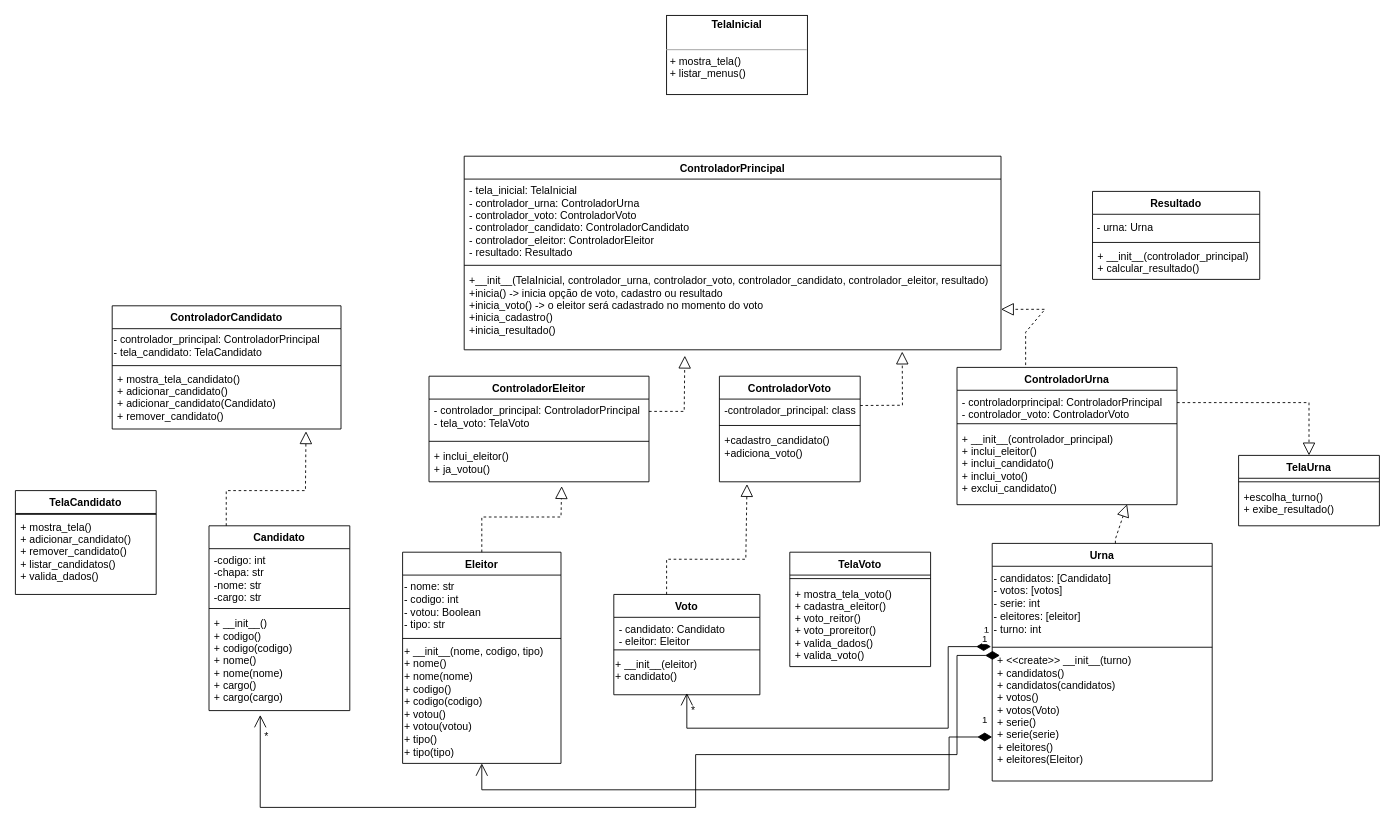
This is projeto_urna.drawio from Alien-Love/T1_INE5605, a draw.io file, before an edit. Source tidied: cells renumbered, new cells numbered last; positions are measured from the earlier drawing's top-left corner, leaving out a move shared by most shapes. Both pictures are drawn from the tidied source at 88%, with x=0, y=0 at pixel (15, 15).
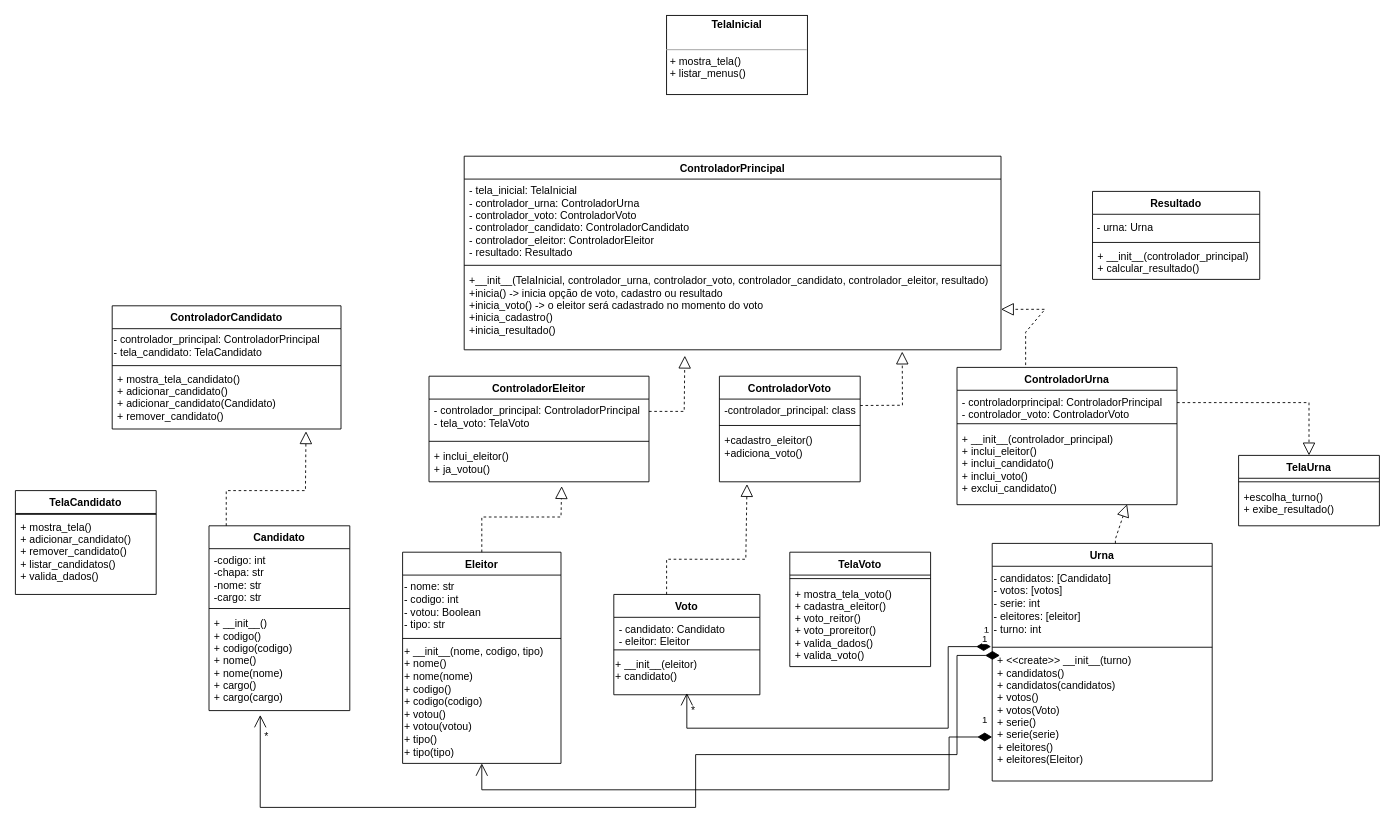
Above is the later version.

The change refers to these unchanged cells:
```xml
<mxCell id="35" value="ControladorVoto" style="swimlane;fontStyle=1;align=center;verticalAlign=top;horizontal=1;startSize=26;" parent="1" vertex="1">
  <mxGeometry x="800" y="410" width="160" height="120" as="geometry" />
</mxCell>
```

Change to the diagram source:
```diff
@@
-    <mxCell id="38" value="+cadastro_candidato()&#10;+adiciona_voto()" style="text;strokeColor=none;fillColor=none;align=left;verticalAlign=top;spacingLeft=4;spacingRight=4;overflow=hidden;points=[[0,0.5],[1,0.5]];portConstraint=eastwest;" parent="35" vertex="1">
+    <mxCell id="38" value="+cadastro_eleitor()&#10;+adiciona_voto()" style="text;strokeColor=none;fillColor=none;align=left;verticalAlign=top;spacingLeft=4;spacingRight=4;overflow=hidden;points=[[0,0.5],[1,0.5]];portConstraint=eastwest;" parent="35" vertex="1">
       <mxGeometry y="60" width="160" height="60" as="geometry" />
     </mxCell>
```
